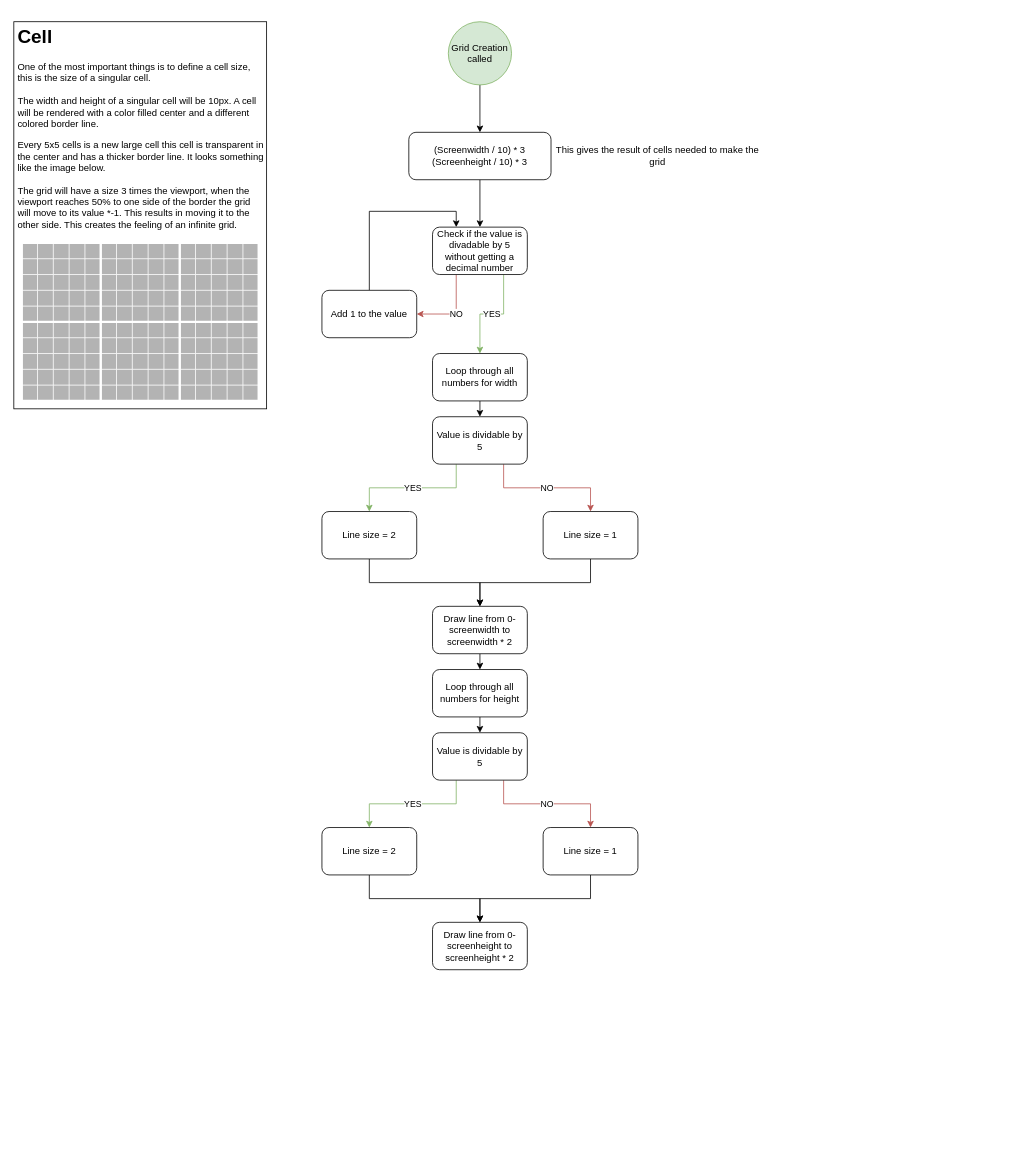
Before: Diagrams/GridUML.drawio in EthernalAsh/Node, a draw.io diagram. Source tidied: cells renumbered, new cells numbered last; positions are measured from the earlier drawing's top-left corner, leaving out a move shared by most shapes. Both pictures are drawn from the tidied source at 79%, with x=0, y=0 at pixel (13, 21).
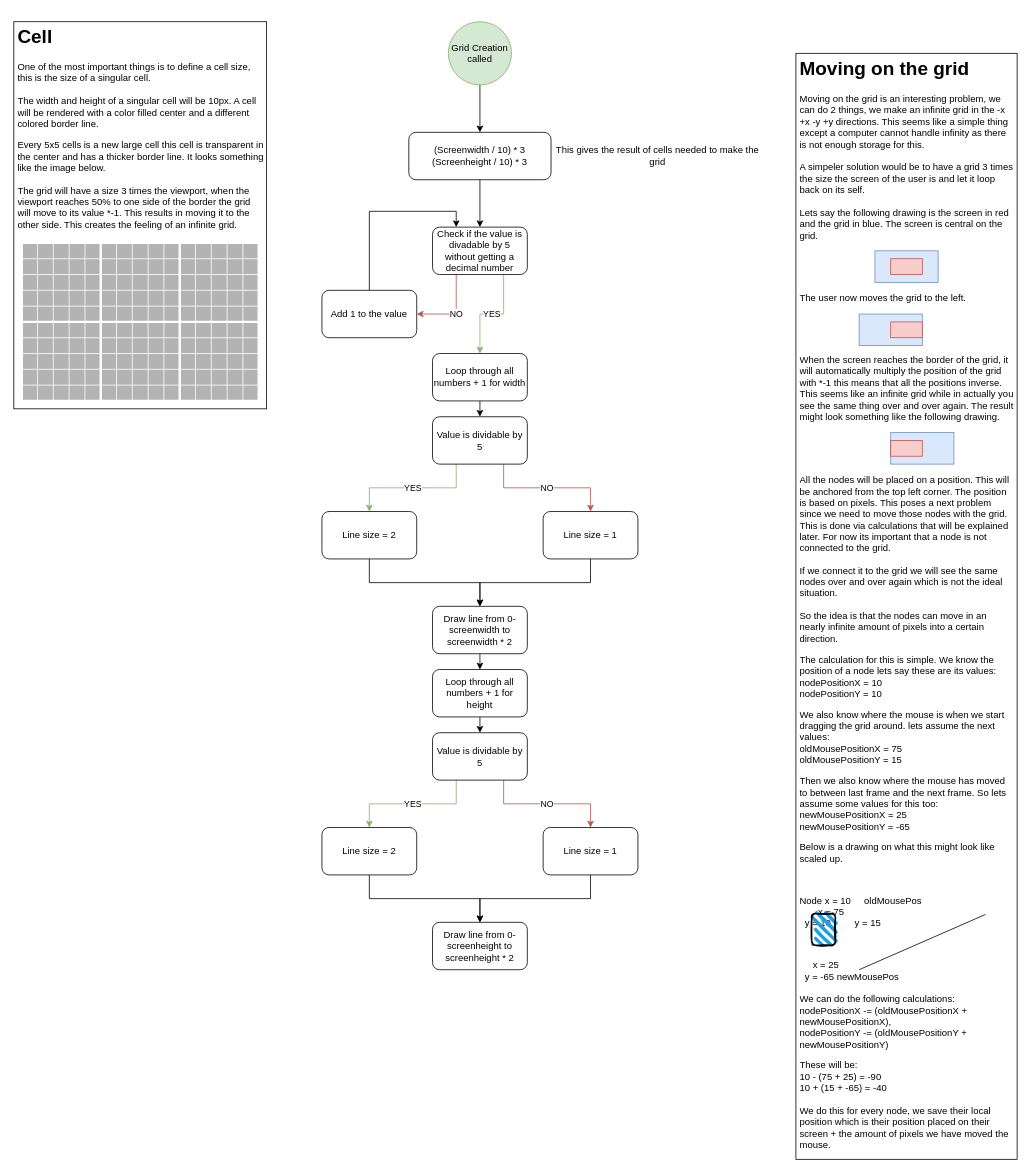
After the change.

Diff of the diagram source:
```diff
@@
-    <mxCell id="184" value="Loop through all numbers for width" style="rounded=1;whiteSpace=wrap;html=1;" parent="1" vertex="1">
+    <mxCell id="184" value="Loop through all numbers + 1 for width" style="rounded=1;whiteSpace=wrap;html=1;" parent="1" vertex="1">
       <mxGeometry x="530" y="420" width="120" height="60" as="geometry" />
     </mxCell>
@@
-    <mxCell id="195" value="Loop through all numbers for height" style="rounded=1;whiteSpace=wrap;html=1;" parent="1" vertex="1">
+    <mxCell id="195" value="Loop through all numbers + 1 for height" style="rounded=1;whiteSpace=wrap;html=1;" parent="1" vertex="1">
       <mxGeometry x="530" y="820" width="120" height="60" as="geometry" />
     </mxCell>
@@
+    <mxCell id="204" value="WHILE" style="edgeStyle=orthogonalEdgeStyle;rounded=0;orthogonalLoop=1;jettySize=auto;html=1;exitX=0.25;exitY=1;exitDx=0;exitDy=0;entryX=0.25;entryY=0;entryDx=0;entryDy=0;" parent="1" edge="1">
+      <mxGeometry relative="1" as="geometry">
+        <mxPoint x="1201" y="360" as="sourcePoint" />
+        <Array as="points">
+          <mxPoint x="1201" y="380" />
+          <mxPoint x="1150" y="380" />
+          <mxPoint x="1150" y="210" />
+          <mxPoint x="1201" y="210" />
+        </Array>
+      </mxGeometry>
+    </mxCell>
+    <mxCell id="205" value="&lt;h1&gt;Moving on the grid&lt;/h1&gt;&lt;p&gt;Moving on the grid is an interesting problem, we can do 2 things, we make an infinite grid in the -x +x -y +y directions. This seems like a simple thing except a computer cannot handle infinity as there is not enough storage for this.&lt;br&gt;&lt;br&gt;A simpeler solution would be to have a grid 3 times the size the screen of the user is and let it loop back on its self.&lt;br&gt;&lt;br&gt;Lets say the following drawing is the screen in red and the grid in blue. The screen is central on the grid.&lt;/p&gt;&lt;p&gt;&lt;br&gt;&lt;/p&gt;&lt;p&gt;&lt;br&gt;&lt;/p&gt;&lt;p&gt;The user now moves the grid to the left.&lt;/p&gt;&lt;p&gt;&lt;br&gt;&lt;/p&gt;&lt;p&gt;&lt;br&gt;&lt;/p&gt;&lt;p&gt;When the screen reaches the border of the grid, it will automatically multiply the position of the grid with *-1 this means that all the positions inverse. This seems like an infinite grid while in actually you see the same thing over and over again. The result might look something like the following drawing.&lt;br&gt;&lt;/p&gt;&lt;p&gt;&lt;br&gt;&lt;/p&gt;&lt;p&gt;&lt;br&gt;&lt;/p&gt;&lt;p&gt;All the nodes will be placed on a position. This will be anchored from the top left corner. The position is based on pixels. This poses a next problem since we need to move those nodes with the grid. This is done via calculations that will be explained later. For now its important that a node is not connected to the grid.&lt;br&gt;&lt;br&gt;If we connect it to the grid we will see the same nodes over and over again which is not the ideal situation.&lt;br&gt;&lt;br&gt;So the idea is that the nodes can move in an nearly infinite amount of pixels into a certain direction.&lt;/p&gt;&lt;p&gt;The calculation for this is simple. We know the position of a node lets say these are its values:&lt;br&gt;nodePositionX = 10&lt;br&gt;nodePositionY = 10&lt;br&gt;&lt;/p&gt;&lt;p&gt;We also know where the mouse is when we start dragging the grid around. lets assume the next values:&lt;br&gt;oldMousePositionX = 75&lt;br&gt;oldMousePositionY = 15&lt;/p&gt;&lt;p&gt;Then we also know where the mouse has moved to between last frame and the next frame. So lets assume some values for this too:&lt;br&gt;newMousePositionX = 25&lt;br&gt;newMousePositionY = -65&lt;/p&gt;&lt;p&gt;Below is a drawing on what this might look like scaled up.&lt;/p&gt;&lt;p&gt;&lt;br&gt;&lt;/p&gt;&lt;p&gt;Node x = 10&lt;span style=&quot;white-space: pre;&quot;&gt; &lt;/span&gt;&lt;span style=&quot;white-space: pre;&quot;&gt; &lt;/span&gt;&lt;span style=&quot;white-space: pre;&quot;&gt; &lt;/span&gt;&lt;span style=&quot;white-space: pre;&quot;&gt; &lt;/span&gt;&lt;span style=&quot;white-space: pre;&quot;&gt; &lt;/span&gt;oldMousePos&lt;br&gt;&lt;span style=&quot;background-color: initial; white-space: pre;&quot;&gt; &lt;/span&gt;&lt;span style=&quot;background-color: initial; white-space: pre;&quot;&gt; &lt;span style=&quot;white-space: pre;&quot;&gt; &lt;/span&gt;&lt;span style=&quot;white-space: pre;&quot;&gt; &lt;/span&gt;&lt;span style=&quot;white-space: pre;&quot;&gt; &lt;/span&gt;&lt;span style=&quot;white-space: pre;&quot;&gt; &lt;/span&gt;&lt;span style=&quot;white-space: pre;&quot;&gt; &lt;/span&gt;x&lt;/span&gt;&amp;nbsp;= 75&lt;br&gt;&lt;span style=&quot;background-color: initial;&quot;&gt;&lt;span style=&quot;white-space: pre;&quot;&gt; &lt;/span&gt;&lt;span style=&quot;white-space: pre;&quot;&gt; &lt;/span&gt;y = 10&lt;span style=&quot;white-space: pre;&quot;&gt; &lt;/span&gt;&lt;span style=&quot;white-space: pre;&quot;&gt; &lt;/span&gt;&lt;span style=&quot;white-space: pre;&quot;&gt; &lt;/span&gt;&lt;span style=&quot;white-space: pre;&quot;&gt; &lt;/span&gt;&lt;span style=&quot;white-space: pre;&quot;&gt; &lt;/span&gt;&amp;nbsp; &amp;nbsp; y = 15&lt;/span&gt;&lt;/p&gt;&lt;p&gt;&lt;span style=&quot;background-color: initial;&quot;&gt;&lt;br&gt;&lt;/span&gt;&lt;/p&gt;&lt;p&gt;&lt;span style=&quot;background-color: initial;&quot;&gt;&lt;span style=&quot;white-space: pre;&quot;&gt; &lt;/span&gt;&amp;nbsp; &amp;nbsp; x = 25&lt;br&gt;&lt;span style=&quot;white-space: pre;&quot;&gt; &lt;/span&gt;&lt;span style=&quot;white-space: pre;&quot;&gt; &lt;/span&gt;y = -65 newMousePos&lt;br&gt;&lt;br&gt;We can do the following calculations:&lt;br&gt;nodePositionX -= (oldMousePositionX + newMousePositionX),&lt;br&gt;nodePositionY -= (oldMousePositionY + newMousePositionY)&lt;/span&gt;&lt;/p&gt;&lt;p&gt;These will be:&lt;br&gt;&lt;span style=&quot;background-color: initial;&quot;&gt;10 - (75 + 25) = -90&lt;br&gt;10 + (15 + -65) = -40&lt;br&gt;&lt;br&gt;We do this for every node, we save their local position which is their position placed on their screen + the amount of pixels we have moved the mouse.&lt;/span&gt;&lt;/p&gt;" style="text;html=1;strokeColor=default;fillColor=none;spacing=5;spacingTop=-20;whiteSpace=wrap;overflow=hidden;rounded=0;" parent="1" vertex="1">
+      <mxGeometry x="990" y="40" width="280" height="1400" as="geometry" />
+    </mxCell>
+    <mxCell id="206" style="rounded=0;whiteSpace=wrap;html=1;fillColor=#dae8fc;strokeColor=#6c8ebf;" parent="1" vertex="1">
+      <mxGeometry x="1090" y="290" width="80" height="40" as="geometry" />
+    </mxCell>
+    <mxCell id="207" style="rounded=0;whiteSpace=wrap;html=1;fillColor=#f8cecc;strokeColor=#b85450;" parent="1" vertex="1">
+      <mxGeometry x="1110" y="300" width="40" height="20" as="geometry" />
+    </mxCell>
+    <mxCell id="208" style="rounded=0;whiteSpace=wrap;html=1;fillColor=#dae8fc;strokeColor=#6c8ebf;" parent="1" vertex="1">
+      <mxGeometry x="1070" y="370" width="80" height="40" as="geometry" />
+    </mxCell>
+    <mxCell id="209" style="rounded=0;whiteSpace=wrap;html=1;fillColor=#f8cecc;strokeColor=#b85450;" parent="1" vertex="1">
+      <mxGeometry x="1110" y="380" width="40" height="20" as="geometry" />
+    </mxCell>
+    <mxCell id="210" style="rounded=0;whiteSpace=wrap;html=1;fillColor=#dae8fc;strokeColor=#6c8ebf;" parent="1" vertex="1">
+      <mxGeometry x="1110" y="520" width="80" height="40" as="geometry" />
+    </mxCell>
+    <mxCell id="211" style="rounded=0;whiteSpace=wrap;html=1;fillColor=#f8cecc;strokeColor=#b85450;" parent="1" vertex="1">
+      <mxGeometry x="1110" y="530" width="40" height="20" as="geometry" />
+    </mxCell>
+    <mxCell id="212" style="rounded=1;whiteSpace=wrap;html=1;strokeWidth=2;fillWeight=4;hachureGap=8;hachureAngle=45;fillColor=#1ba1e2;sketch=1;" parent="1" vertex="1">
+      <mxGeometry x="1010" y="1129" width="30" height="40" as="geometry" />
+    </mxCell>
+    <mxCell id="213" style="endArrow=none;html=1;rounded=0;" parent="1" edge="1">
+      <mxGeometry relative="1" as="geometry">
+        <mxPoint x="1070" y="1200" as="sourcePoint" />
+        <mxPoint x="1230" y="1130" as="targetPoint" />
+      </mxGeometry>
+    </mxCell>
```
